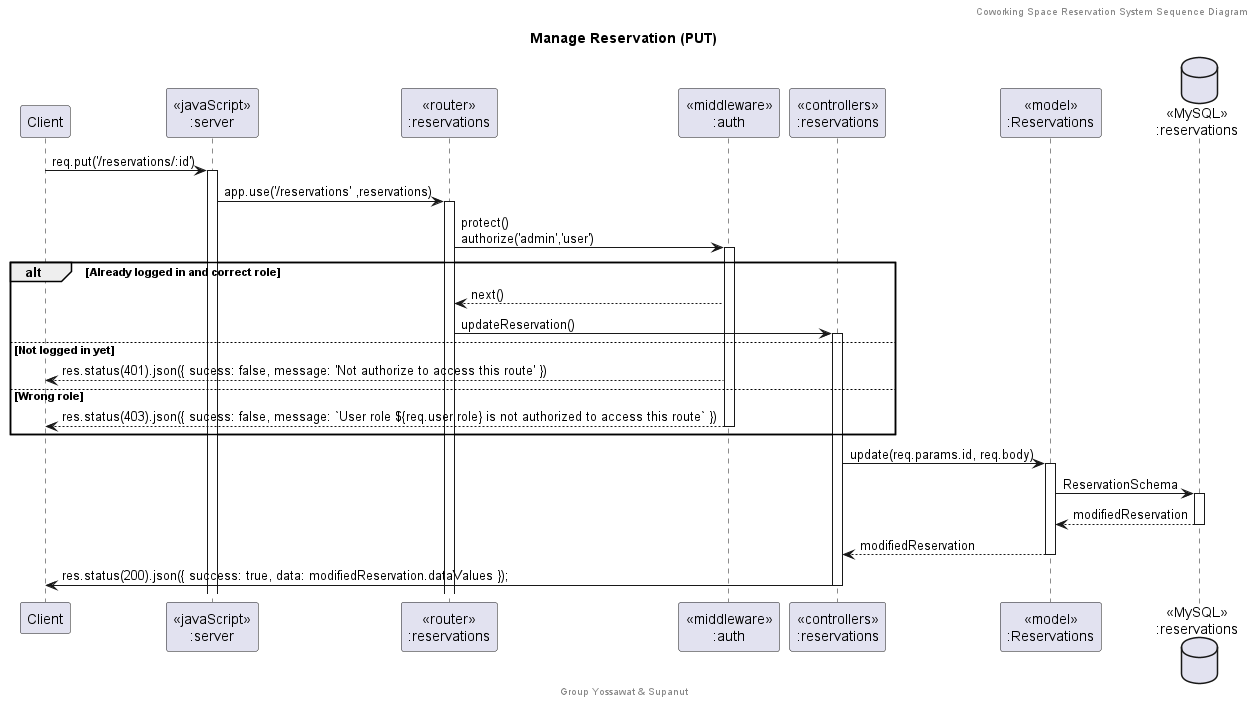
Above: doc/Sequence Diagram/png/Manage Reservation (PUT).png in SupanutT/sw-dev-prac-project (PlantUML), before the change.
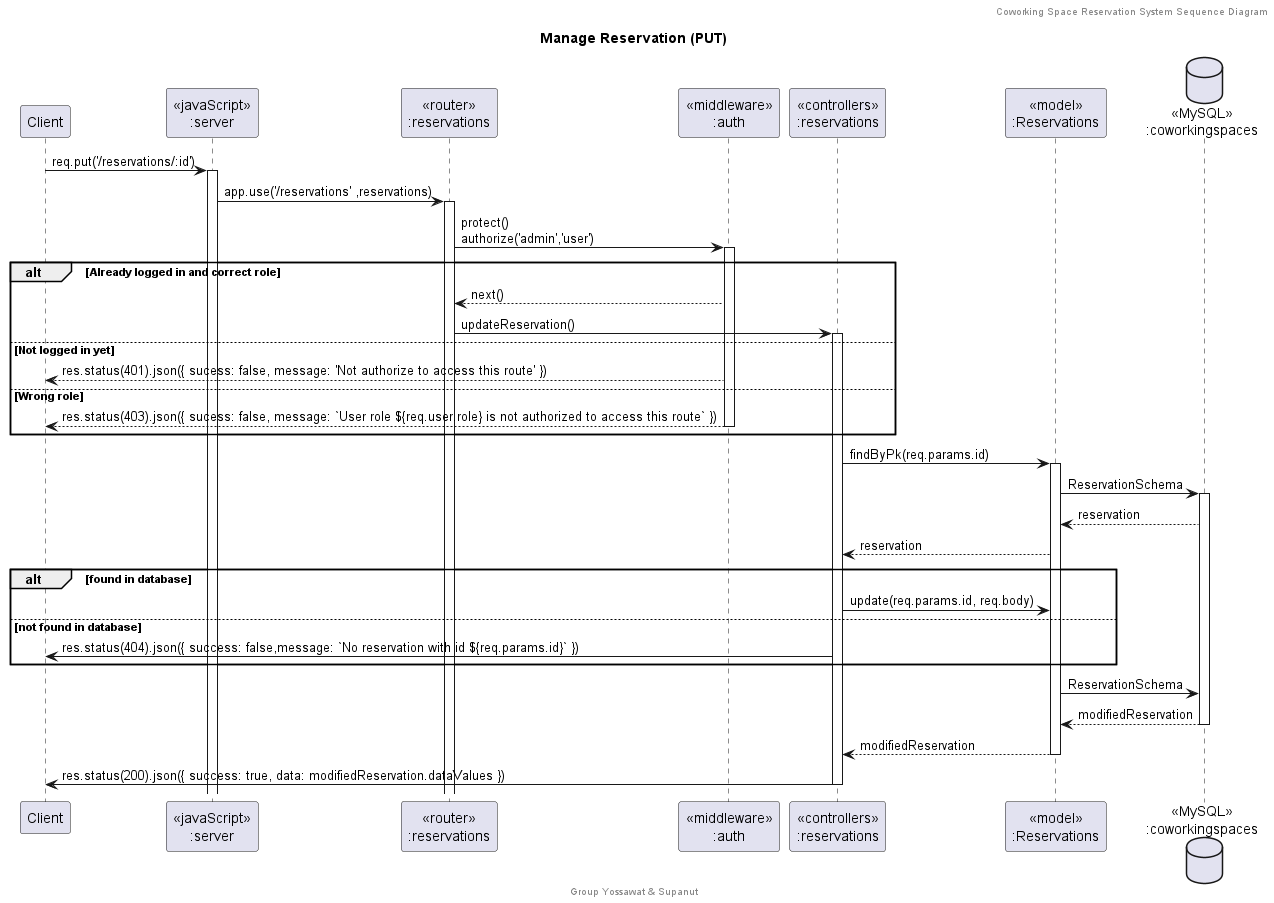
After the commit.

Diff of the diagram source:
```diff
@@ -10,7 +10,7 @@
 participant "<<middleware>>\n:auth" as middleware
 participant "<<controllers>>\n:reservations" as controllersReservations
 participant "<<model>>\n:Reservations" as modelReservation
-database "<<MySQL>>\n:reservations" as ReservationsDatabase
+database "<<MySQL>>\n:coworkingspaces" as CoworkingSpacesDatabase
 
 client -> server ++:req.put('/reservations/:id')
 server -> routerReservations ++:app.use('/reservations' ,reservations)
@@ -23,10 +23,18 @@
 else Wrong role
     middleware --> client --: res.status(403).json({ sucess: false, message: `User role ${req.user.role} is not authorized to access this route` })
 end
-controllersReservations -> modelReservation ++: update(req.params.id, req.body)
-modelReservation -> ReservationsDatabase ++: ReservationSchema
-ReservationsDatabase --> modelReservation --: modifiedReservation
+controllersReservations -> modelReservation ++: findByPk(req.params.id)
+modelReservation -> CoworkingSpacesDatabase ++: ReservationSchema
+CoworkingSpacesDatabase --> modelReservation : reservation
+controllersReservations <-- modelReservation : reservation
+alt found in database
+    controllersReservations -> modelReservation : update(req.params.id, req.body)
+else not found in database
+    controllersReservations -> client : res.status(404).json({ success: false,message: `No reservation with id ${req.params.id}` })
+end
+modelReservation -> CoworkingSpacesDatabase : ReservationSchema
+CoworkingSpacesDatabase --> modelReservation --: modifiedReservation
 controllersReservations <-- modelReservation --: modifiedReservation
-controllersReservations -> client --:res.status(200).json({ success: true, data: modifiedReservation.dataValues });
+controllersReservations -> client --:res.status(200).json({ success: true, data: modifiedReservation.dataValues })
 
 @enduml
```
